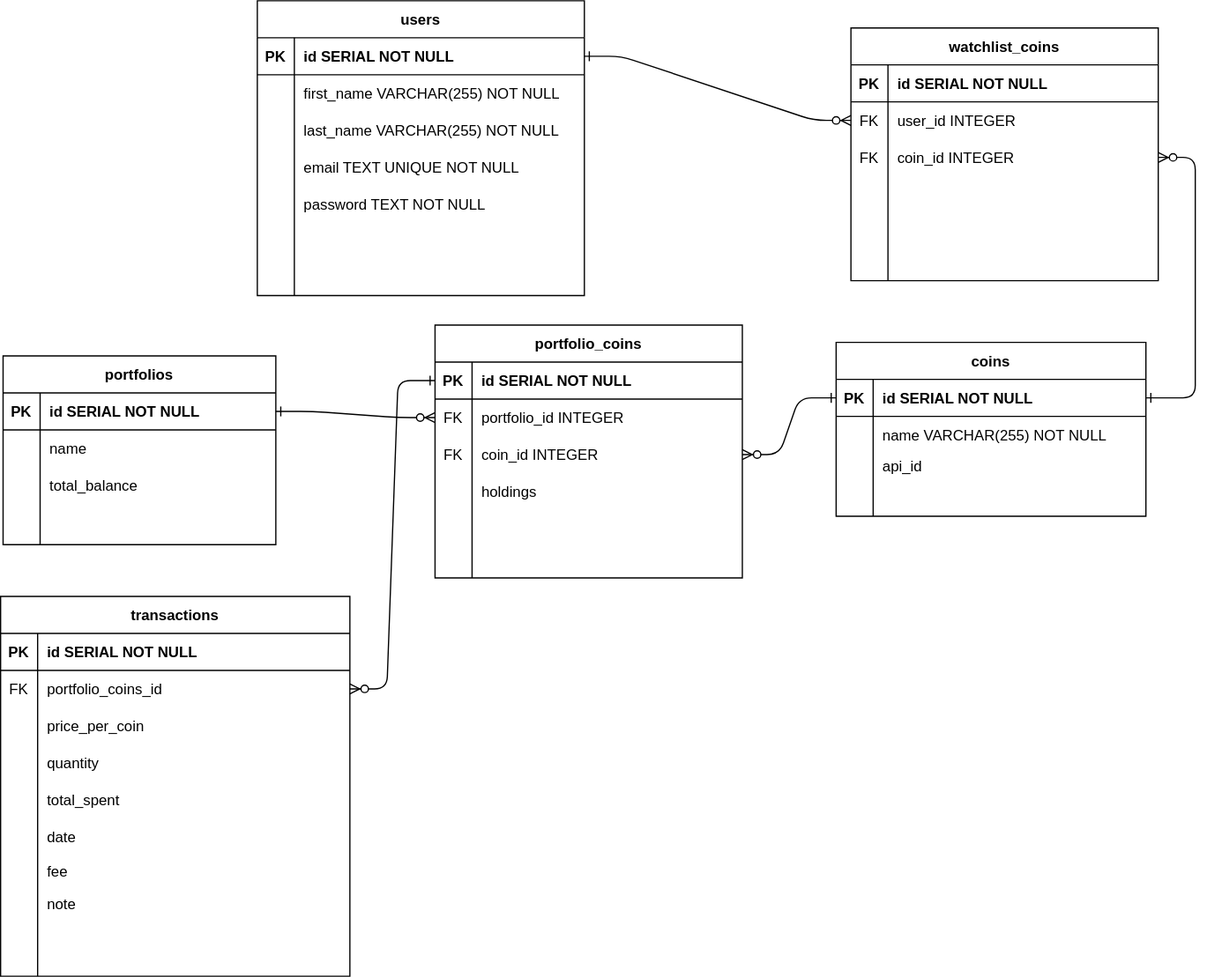
This is ERD.drawio.svg from hyjin123/crypto-tracking-app, a draw.io export, as it was before one commit. Source tidied: cells renumbered, new cells last; positions are measured from the earlier drawing's top-left corner, leaving out a move shared by most shapes.
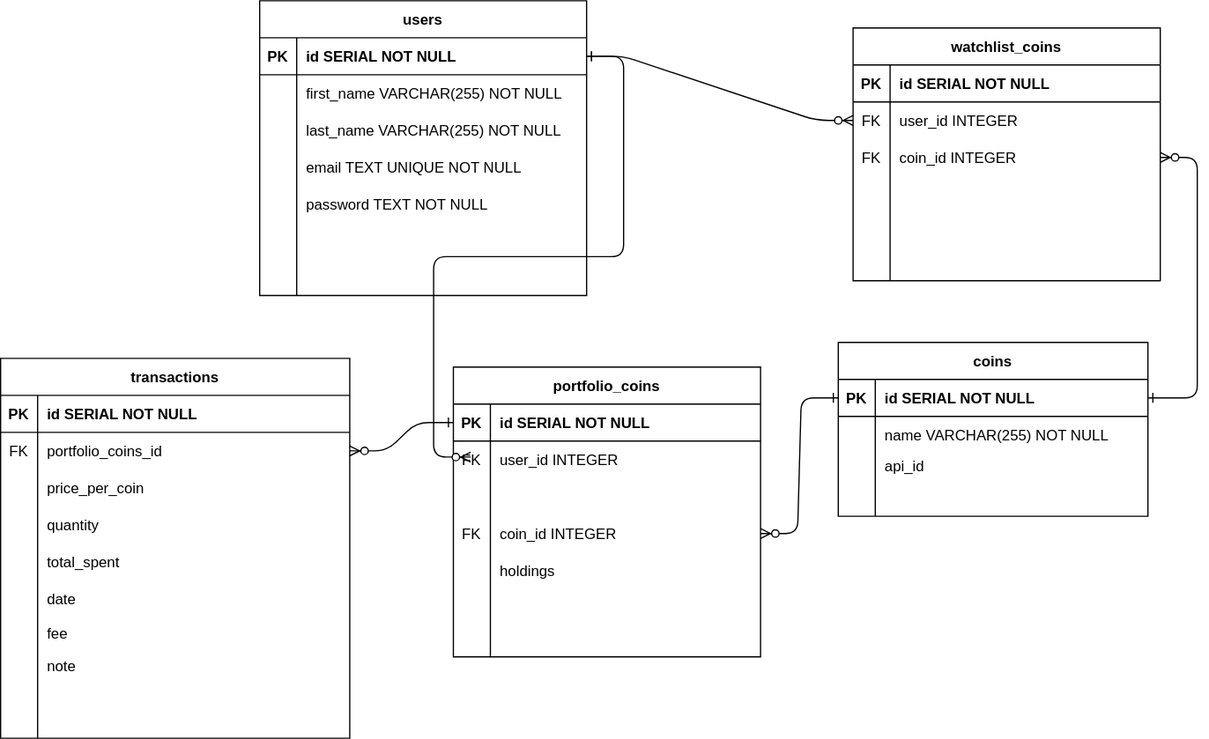
The same diagram one commit later.

Commit message:
added a feature that user cannot add the same coin twice in their portfolio

Change to the diagram source:
```diff
@@ -69,7 +69,7 @@
       <mxGeometry x="30" width="235" height="29" as="geometry" />
     </mxCell>
     <mxCell id="24" value="transactions" style="shape=table;startSize=30;rowLines=0;fontStyle=1;align=center;hachureGap=4;" parent="1" vertex="1">
-      <mxGeometry y="483" width="283" height="308" as="geometry" />
+      <mxGeometry x="-2" y="290" width="283" height="308" as="geometry" />
     </mxCell>
     <mxCell id="25" style="shape=partialRectangle;fillColor=none;top=0;left=0;bottom=1;right=0;hachureGap=4;" parent="24" vertex="1">
       <mxGeometry y="30" width="283" height="30" as="geometry" />
@@ -209,45 +209,6 @@
     <mxCell id="70" style="shape=partialRectangle;fillColor=none;top=0;left=0;bottom=0;right=0;align=left;spacingLeft=6;overflow=hidden;hachureGap=4;" parent="68" vertex="1">
       <mxGeometry x="30" width="219" height="55" as="geometry" />
     </mxCell>
-    <mxCell id="71" value="portfolios" style="shape=table;startSize=30;rowLines=0;fontStyle=1;align=center;hachureGap=4;" parent="1" vertex="1">
-      <mxGeometry x="2" y="288" width="221" height="153" as="geometry" />
-    </mxCell>
-    <mxCell id="72" style="shape=partialRectangle;fillColor=none;top=0;left=0;bottom=1;right=0;points=[[0,0.5],[1,0.5]];portConstraint=eastwest;hachureGap=4;" parent="71" vertex="1">
-      <mxGeometry y="30" width="221" height="30" as="geometry" />
-    </mxCell>
-    <mxCell id="73" value="PK" style="shape=partialRectangle;fillColor=none;top=0;left=0;bottom=0;right=0;fontStyle=1;overflow=hidden;hachureGap=4;" parent="72" vertex="1">
-      <mxGeometry width="30" height="30" as="geometry" />
-    </mxCell>
-    <mxCell id="74" value="id SERIAL NOT NULL" style="shape=partialRectangle;fillColor=none;top=0;left=0;bottom=0;right=0;align=left;spacingLeft=6;fontStyle=1;overflow=hidden;hachureGap=4;" parent="72" vertex="1">
-      <mxGeometry x="30" width="191" height="30" as="geometry" />
-    </mxCell>
-    <mxCell id="75" style="shape=partialRectangle;fillColor=none;top=0;left=0;bottom=0;right=0;hachureGap=4;" parent="71" vertex="1">
-      <mxGeometry y="60" width="221" height="30" as="geometry" />
-    </mxCell>
-    <mxCell id="76" style="shape=partialRectangle;fillColor=none;top=0;left=0;bottom=0;right=0;overflow=hidden;hachureGap=4;" parent="75" vertex="1">
-      <mxGeometry width="30" height="30" as="geometry" />
-    </mxCell>
-    <mxCell id="77" value="name" style="shape=partialRectangle;fillColor=none;top=0;left=0;bottom=0;right=0;align=left;spacingLeft=6;overflow=hidden;hachureGap=4;" parent="75" vertex="1">
-      <mxGeometry x="30" width="191" height="30" as="geometry" />
-    </mxCell>
-    <mxCell id="78" style="shape=partialRectangle;fillColor=none;top=0;left=0;bottom=0;right=0;hachureGap=4;" parent="71" vertex="1">
-      <mxGeometry y="90" width="221" height="30" as="geometry" />
-    </mxCell>
-    <mxCell id="79" style="shape=partialRectangle;fillColor=none;top=0;left=0;bottom=0;right=0;overflow=hidden;hachureGap=4;" parent="78" vertex="1">
-      <mxGeometry width="30" height="30" as="geometry" />
-    </mxCell>
-    <mxCell id="80" value="total_balance" style="shape=partialRectangle;fillColor=none;top=0;left=0;bottom=0;right=0;align=left;spacingLeft=6;overflow=hidden;hachureGap=4;" parent="78" vertex="1">
-      <mxGeometry x="30" width="191" height="30" as="geometry" />
-    </mxCell>
-    <mxCell id="81" style="shape=partialRectangle;fillColor=none;top=0;left=0;bottom=0;right=0;hachureGap=4;" parent="71" vertex="1">
-      <mxGeometry y="120" width="221" height="30" as="geometry" />
-    </mxCell>
-    <mxCell id="82" style="shape=partialRectangle;fillColor=none;top=0;left=0;bottom=0;right=0;overflow=hidden;hachureGap=4;" parent="81" vertex="1">
-      <mxGeometry width="30" height="30" as="geometry" />
-    </mxCell>
-    <mxCell id="83" style="shape=partialRectangle;fillColor=none;top=0;left=0;bottom=0;right=0;align=left;spacingLeft=6;overflow=hidden;hachureGap=4;" parent="81" vertex="1">
-      <mxGeometry x="30" width="191" height="30" as="geometry" />
-    </mxCell>
     <mxCell id="84" value="coins" style="shape=table;startSize=30;rowLines=0;fontStyle=1;align=center;hachureGap=4;" parent="1" vertex="1">
       <mxGeometry x="677" y="277" width="251" height="141" as="geometry" />
     </mxCell>
@@ -294,7 +255,7 @@
       <mxGeometry relative="1" as="geometry" />
     </mxCell>
     <mxCell id="99" value="portfolio_coins" style="shape=table;startSize=30;rowLines=0;fontStyle=1;align=center;hachureGap=4;" parent="1" vertex="1">
-      <mxGeometry x="352" y="263" width="249" height="205" as="geometry" />
+      <mxGeometry x="365" y="297" width="249" height="235" as="geometry" />
     </mxCell>
     <mxCell id="100" style="shape=partialRectangle;fillColor=none;top=0;left=0;bottom=1;right=0;points=[[0,0.5],[1,0.5]];portConstraint=eastwest;hachureGap=4;" parent="99" vertex="1">
       <mxGeometry y="30" width="249" height="30" as="geometry" />
@@ -305,17 +266,26 @@
     <mxCell id="102" value="id SERIAL NOT NULL" style="shape=partialRectangle;fillColor=none;top=0;left=0;bottom=0;right=0;align=left;spacingLeft=6;fontStyle=1;overflow=hidden;hachureGap=4;" parent="100" vertex="1">
       <mxGeometry x="30" width="219" height="30" as="geometry" />
     </mxCell>
+    <mxCell id="118" style="shape=partialRectangle;fillColor=none;top=0;left=0;bottom=0;right=0;hachureGap=4;" parent="99" vertex="1">
+      <mxGeometry y="60" width="249" height="30" as="geometry" />
+    </mxCell>
+    <mxCell id="119" value="FK" style="shape=partialRectangle;fillColor=none;top=0;left=0;bottom=0;right=0;overflow=hidden;hachureGap=4;" parent="118" vertex="1">
+      <mxGeometry width="30" height="30" as="geometry" />
+    </mxCell>
+    <mxCell id="120" value="user_id INTEGER" style="shape=partialRectangle;fillColor=none;top=0;left=0;bottom=0;right=0;align=left;spacingLeft=6;overflow=hidden;hachureGap=4;" parent="118" vertex="1">
+      <mxGeometry x="30" width="219" height="30" as="geometry" />
+    </mxCell>
     <mxCell id="103" style="shape=partialRectangle;fillColor=none;top=0;left=0;bottom=0;right=0;points=[[0,0.5],[1,0.5]];portConstraint=eastwest;hachureGap=4;" parent="99" vertex="1">
-      <mxGeometry y="60" width="249" height="30" as="geometry" />
+      <mxGeometry y="90" width="249" height="30" as="geometry" />
     </mxCell>
-    <mxCell id="104" value="FK" style="shape=partialRectangle;fillColor=none;top=0;left=0;bottom=0;right=0;overflow=hidden;hachureGap=4;" parent="103" vertex="1">
+    <mxCell id="104" style="shape=partialRectangle;fillColor=none;top=0;left=0;bottom=0;right=0;overflow=hidden;hachureGap=4;" parent="103" vertex="1">
       <mxGeometry width="30" height="30" as="geometry" />
     </mxCell>
-    <mxCell id="105" value="portfolio_id INTEGER" style="shape=partialRectangle;fillColor=none;top=0;left=0;bottom=0;right=0;align=left;spacingLeft=6;overflow=hidden;hachureGap=4;" parent="103" vertex="1">
+    <mxCell id="105" style="shape=partialRectangle;fillColor=none;top=0;left=0;bottom=0;right=0;align=left;spacingLeft=6;overflow=hidden;hachureGap=4;" parent="103" vertex="1">
       <mxGeometry x="30" width="219" height="30" as="geometry" />
     </mxCell>
     <mxCell id="106" style="shape=partialRectangle;fillColor=none;top=0;left=0;bottom=0;right=0;points=[[0,0.5],[1,0.5]];portConstraint=eastwest;hachureGap=4;" parent="99" vertex="1">
-      <mxGeometry y="90" width="249" height="30" as="geometry" />
+      <mxGeometry y="120" width="249" height="30" as="geometry" />
     </mxCell>
     <mxCell id="107" value="FK" style="shape=partialRectangle;fillColor=none;top=0;left=0;bottom=0;right=0;overflow=hidden;hachureGap=4;" parent="106" vertex="1">
       <mxGeometry width="30" height="30" as="geometry" />
@@ -324,7 +294,7 @@
       <mxGeometry x="30" width="219" height="30" as="geometry" />
     </mxCell>
     <mxCell id="109" style="shape=partialRectangle;fillColor=none;top=0;left=0;bottom=0;right=0;hachureGap=4;" parent="99" vertex="1">
-      <mxGeometry y="120" width="249" height="30" as="geometry" />
+      <mxGeometry y="150" width="249" height="30" as="geometry" />
     </mxCell>
     <mxCell id="110" style="shape=partialRectangle;fillColor=none;top=0;left=0;bottom=0;right=0;overflow=hidden;hachureGap=4;" parent="109" vertex="1">
       <mxGeometry width="30" height="30" as="geometry" />
@@ -333,7 +303,7 @@
       <mxGeometry x="30" width="219" height="30" as="geometry" />
     </mxCell>
     <mxCell id="112" style="shape=partialRectangle;fillColor=none;top=0;left=0;bottom=0;right=0;hachureGap=4;" parent="99" vertex="1">
-      <mxGeometry y="150" width="249" height="55" as="geometry" />
+      <mxGeometry y="180" width="249" height="55" as="geometry" />
     </mxCell>
     <mxCell id="113" style="shape=partialRectangle;fillColor=none;top=0;left=0;bottom=0;right=0;overflow=hidden;hachureGap=4;" parent="112" vertex="1">
       <mxGeometry width="30" height="55" as="geometry" />
@@ -344,11 +314,13 @@
     <mxCell id="115" style="edgeStyle=entityRelationEdgeStyle;endArrow=ERzeroToMany;startArrow=ERone;endFill=1;startFill=0;exitX=0;exitY=0.5;exitDx=0;exitDy=0;entryX=1;entryY=0.5;entryDx=0;entryDy=0;" parent="1" edge="1" source="100" target="28">
       <mxGeometry relative="1" as="geometry" />
     </mxCell>
-    <mxCell id="116" style="edgeStyle=entityRelationEdgeStyle;endArrow=ERzeroToMany;startArrow=ERone;endFill=1;startFill=0;exitX=1;exitY=0.5;exitDx=0;exitDy=0;entryX=0;entryY=0.5;entryDx=0;entryDy=0;" parent="1" edge="1" source="72" target="103">
-      <mxGeometry relative="1" as="geometry" />
-    </mxCell>
     <mxCell id="117" style="edgeStyle=entityRelationEdgeStyle;endArrow=ERzeroToMany;startArrow=ERone;endFill=1;startFill=0;entryX=1;entryY=0.5;entryDx=0;entryDy=0;" parent="1" edge="1" source="85" target="106">
       <mxGeometry relative="1" as="geometry" />
     </mxCell>
+    <mxCell id="121" style="edgeStyle=entityRelationEdgeStyle;endArrow=ERzeroToMany;startArrow=ERone;endFill=1;startFill=0;exitX=1;exitY=0.5;exitDx=0;exitDy=0;entryX=0;entryY=0.5;entryDx=0;entryDy=0;" parent="1" edge="1" source="3">
+      <mxGeometry relative="1" as="geometry">
+        <mxPoint x="379" y="370" as="targetPoint" />
+      </mxGeometry>
+    </mxCell>
   </root>
 </mxGraphModel>
```
